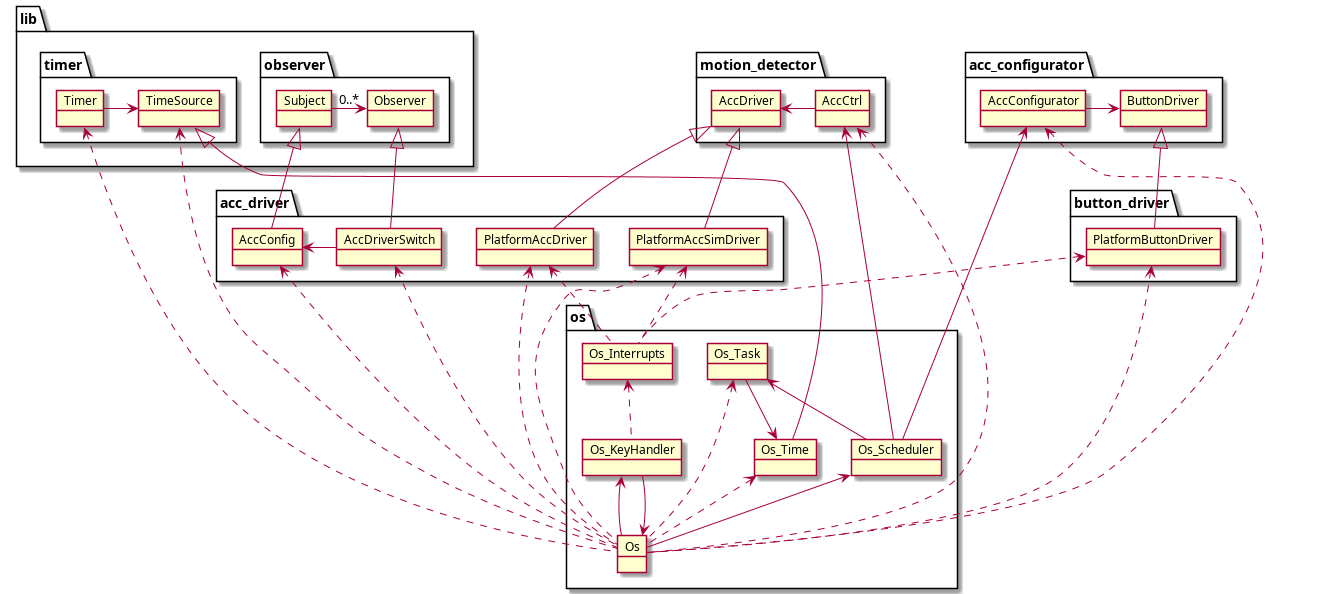
Earlier version of the PlantUML export docs/media/diag-overview.png (alexmarincu/oop-c-embedded). Its diagram source:
```plantuml
@startuml
package lib {
    package timer {
        object Timer
        object TimeSource
        Timer -r-> TimeSource
    }
    package observer {
        object Observer
        object Subject
        Subject -r-> "0..*" Observer
    }
}
package motion_detector {
    object AccDriver
    object AccCtrl
    AccCtrl -r-> AccDriver
}
package acc_configurator {
    object ButtonDriver
    object AccConfigurator
    AccConfigurator -r-> ButtonDriver
}
package acc_driver {
    object AccConfig
    object AccDriverSwitch
    object PlatformAccDriver
    object PlatformAccSimDriver
    PlatformAccDriver -u-|> AccDriver
    PlatformAccSimDriver -u-|> AccDriver
    AccConfig -u-|> Subject
    AccDriverSwitch -u-|> Observer
    AccDriverSwitch -l-> AccConfig
}
package button_driver {
    object PlatformButtonDriver
    PlatformButtonDriver -u-|> ButtonDriver
}
package os {
    object Os_Interrupts
    object Os_KeyHandler
    object Os_Scheduler
    object Os_Task
    object Os_Time
    object Os
    Os -u-> Os_KeyHandler
    Os -u-> Os_Scheduler
    Os .u.> AccConfig
    Os .u.> AccCtrl
    Os .u.> AccDriverSwitch
    Os .u.> AccConfigurator
    Os .u.> PlatformButtonDriver
    Os .u.> Os_Task
    Os .u.> Os_Time
    Os .u.> PlatformAccDriver
    Os .u.> PlatformAccSimDriver
    Os .u.> TimeSource
    Os .u.> Timer
    Os_Scheduler -u-> AccCtrl
    Os_Scheduler -u-> AccConfigurator
    Os_Scheduler -u-> Os_Task
    Os_KeyHandler -u-> Os
    Os_KeyHandler .u.> Os_Interrupts
    Os_Interrupts .u.> PlatformButtonDriver
    Os_Interrupts .u.> PlatformAccDriver
    Os_Interrupts .u.> PlatformAccSimDriver
    Os_Task --> Os_Time
    Os_Time -u-|> TimeSource
}
@enduml
```
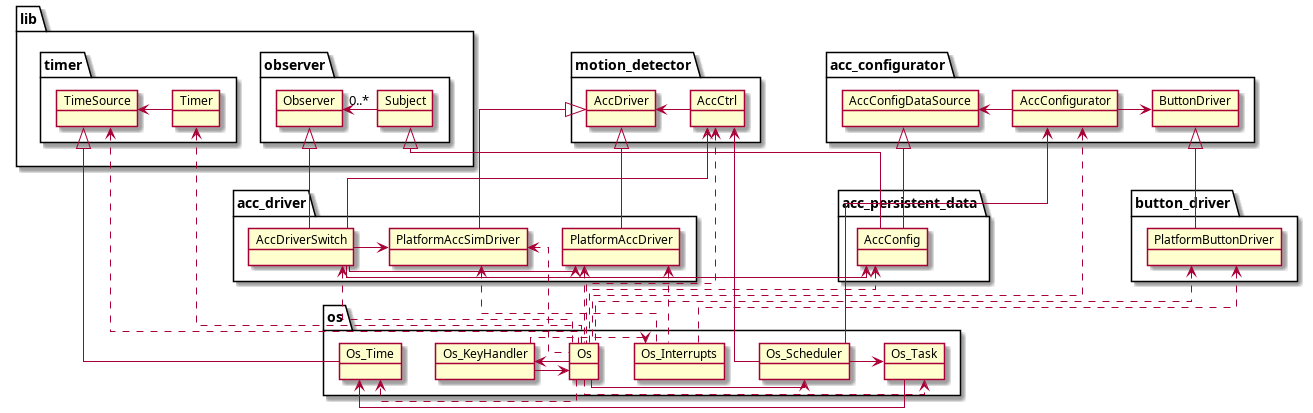
Above is the later version.

Commit message:
Update design diagram

The edit, as a diff of the source:
```diff
@@ -1,4 +1,5 @@
 @startuml
+skinparam linetype ortho
 package lib {
     package timer {
         object Timer
@@ -19,18 +20,26 @@
 package acc_configurator {
     object ButtonDriver
     object AccConfigurator
+    object AccConfigDataSource
     AccConfigurator -r-> ButtonDriver
+    AccConfigurator -r-> AccConfigDataSource
+}
+package acc_persistent_data {
+    object AccConfig
+    AccConfig -u-|> Subject
+    AccConfig -u-|> AccConfigDataSource
 }
 package acc_driver {
-    object AccConfig
     object AccDriverSwitch
     object PlatformAccDriver
     object PlatformAccSimDriver
     PlatformAccDriver -u-|> AccDriver
     PlatformAccSimDriver -u-|> AccDriver
-    AccConfig -u-|> Subject
     AccDriverSwitch -u-|> Observer
-    AccDriverSwitch -l-> AccConfig
+    AccDriverSwitch -r-> AccConfig
+    AccDriverSwitch -u-> AccCtrl
+    AccDriverSwitch -r-> PlatformAccDriver
+    AccDriverSwitch -r-> PlatformAccSimDriver
 }
 package button_driver {
     object PlatformButtonDriver
@@ -43,28 +52,28 @@
     object Os_Task
     object Os_Time
     object Os
-    Os -u-> Os_KeyHandler
-    Os -u-> Os_Scheduler
+    Os -r-> Os_KeyHandler
+    Os -r-> Os_Scheduler
     Os .u.> AccConfig
     Os .u.> AccCtrl
     Os .u.> AccDriverSwitch
     Os .u.> AccConfigurator
     Os .u.> PlatformButtonDriver
-    Os .u.> Os_Task
-    Os .u.> Os_Time
+    Os .r.> Os_Task
+    Os .r.> Os_Time
     Os .u.> PlatformAccDriver
     Os .u.> PlatformAccSimDriver
     Os .u.> TimeSource
     Os .u.> Timer
     Os_Scheduler -u-> AccCtrl
     Os_Scheduler -u-> AccConfigurator
-    Os_Scheduler -u-> Os_Task
-    Os_KeyHandler -u-> Os
-    Os_KeyHandler .u.> Os_Interrupts
+    Os_Scheduler -r-> Os_Task
+    Os_KeyHandler -r-> Os
+    Os_KeyHandler .r.> Os_Interrupts
     Os_Interrupts .u.> PlatformButtonDriver
     Os_Interrupts .u.> PlatformAccDriver
     Os_Interrupts .u.> PlatformAccSimDriver
-    Os_Task --> Os_Time
+    Os_Task -r-> Os_Time
     Os_Time -u-|> TimeSource
 }
 @enduml
```
